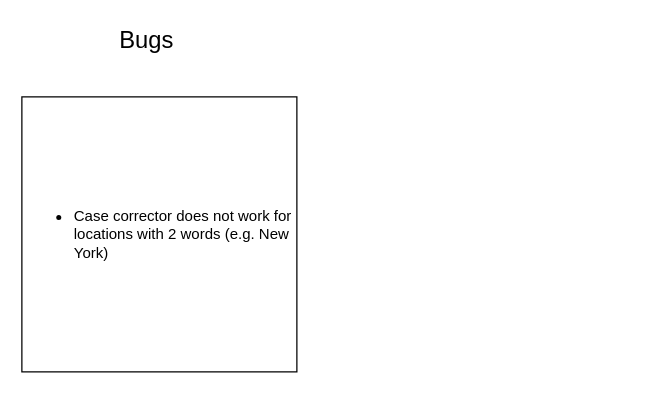
Before: page "Bugs" (6 of 6) of Planner.drawio in DayHikari/WeatherApp, a draw.io diagram. Source tidied: cells renumbered, new cells numbered last; positions are measured from the earlier drawing's top-left corner, leaving out a move shared by most shapes. Both pictures are drawn from the tidied source at 125%, with x=0, y=0 at pixel (21, 21).
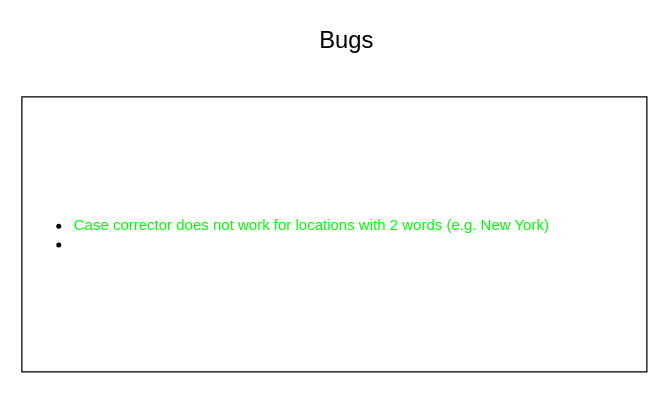
After the change.

Commit message (it also covers changes not shown here):
Case corrector function fixed to allow for multi-word locations

What changed in the source:
```diff
@@
 <mxGraphModel>
   <root>
     <mxCell id="0" />
     <mxCell id="1" parent="0" />
-    <mxCell id="2" value="&lt;ul&gt;&lt;li&gt;Case corrector does not work for locations with 2 words (e.g. New York)&lt;/li&gt;&lt;/ul&gt;" style="rounded=0;whiteSpace=wrap;html=1;align=left;" parent="1" vertex="1">
-      <mxGeometry y="60" width="220" height="220" as="geometry" />
+    <mxCell id="2" value="&lt;ul&gt;&lt;li&gt;&lt;font color=&quot;#00ff00&quot;&gt;Case corrector does not work for locations with 2 words (e.g. New York)&lt;/font&gt;&lt;/li&gt;&lt;li&gt;&lt;br&gt;&lt;/li&gt;&lt;/ul&gt;" style="rounded=0;whiteSpace=wrap;html=1;align=left;" parent="1" vertex="1">
+      <mxGeometry y="60" width="500" height="220" as="geometry" />
     </mxCell>
     <mxCell id="3" value="Bugs" style="text;html=1;strokeColor=none;fillColor=none;align=center;verticalAlign=middle;whiteSpace=wrap;rounded=0;fontSize=19;" parent="1" vertex="1">
-      <mxGeometry x="70" width="60" height="30" as="geometry" />
+      <mxGeometry x="230" width="60" height="30" as="geometry" />
     </mxCell>
   </root>
 </mxGraphModel>
```
